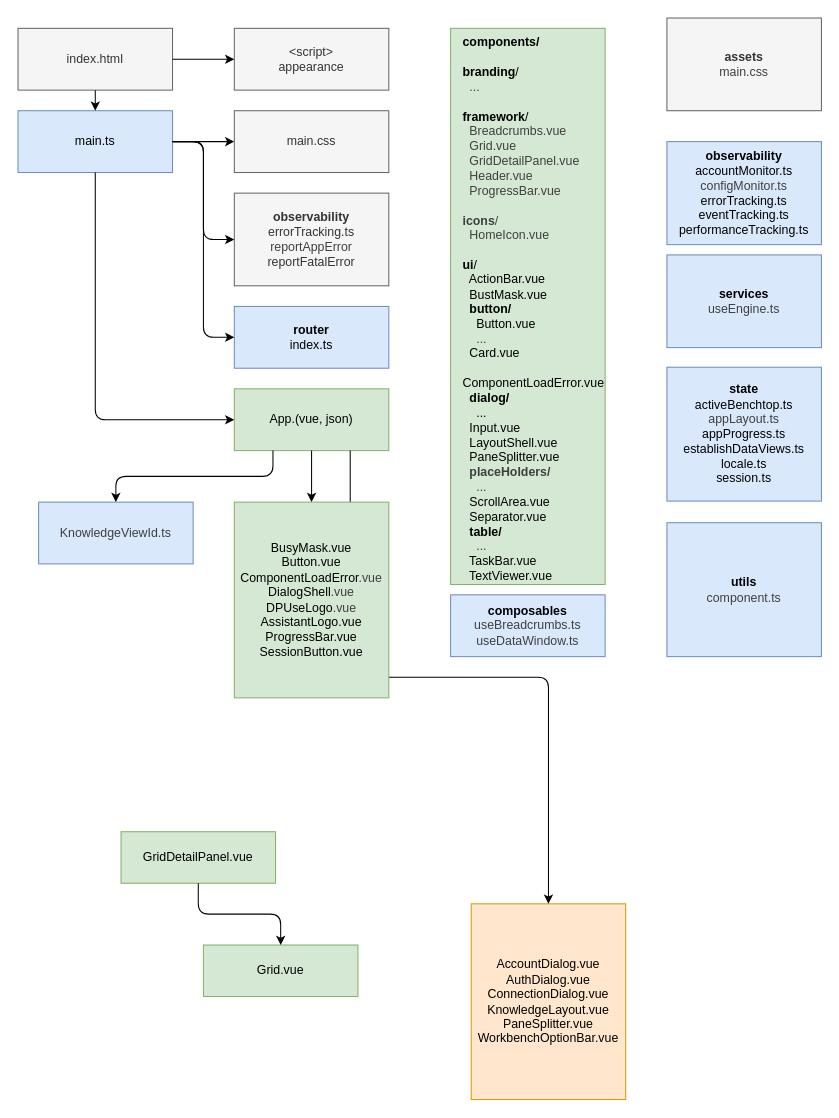
dpuse/dpuse-app keeps this draw.io diagram as schematic.drawio. Above is the earlier version. Source tidied: cells renumbered, new cells numbered last; positions are measured from the earlier drawing's top-left corner, leaving out a move shared by most shapes. Both pictures are drawn from the tidied source at 103%, with x=0, y=0 at pixel (18, 18).
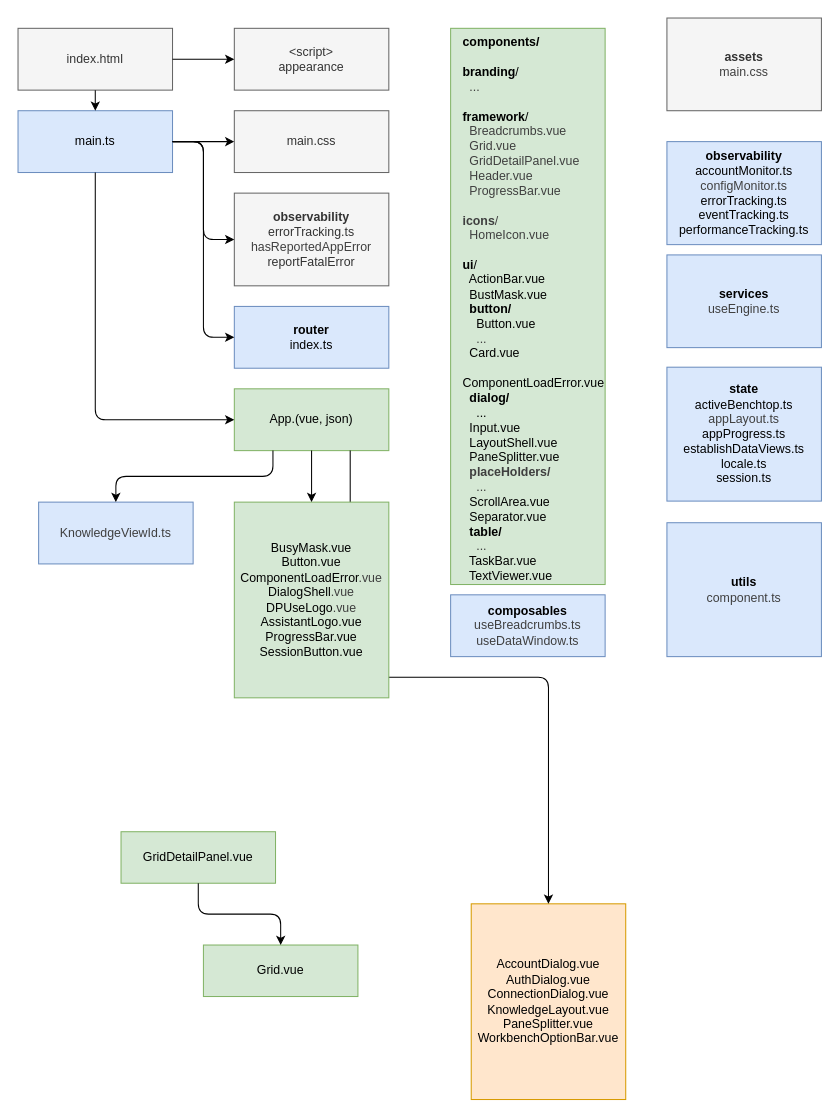
The same diagram, later.

Diff of the diagram source:
```diff
@@
-    <mxCell id="14" value="&lt;b&gt;observability&lt;/b&gt;&lt;div&gt;errorTracking.ts&lt;/div&gt;&lt;div&gt;&lt;span style=&quot;color: rgb(63, 63, 63);&quot;&gt;reportAppError&lt;/span&gt;&lt;/div&gt;&lt;div&gt;reportFatalError&lt;/div&gt;" style="rounded=0;whiteSpace=wrap;html=1;fillColor=#f5f5f5;strokeColor=#666666;fontColor=#333333;" parent="1" vertex="1">
+    <mxCell id="14" value="&lt;b&gt;observability&lt;/b&gt;&lt;div&gt;errorTracking.ts&lt;/div&gt;&lt;div&gt;&lt;span style=&quot;color: rgb(63, 63, 63);&quot;&gt;hasReportedAppError&lt;/span&gt;&lt;/div&gt;&lt;div&gt;reportFatalError&lt;/div&gt;" style="rounded=0;whiteSpace=wrap;html=1;fillColor=#f5f5f5;strokeColor=#666666;fontColor=#333333;" parent="1" vertex="1">
       <mxGeometry x="210" y="170" width="150" height="90" as="geometry" />
     </mxCell>
```
